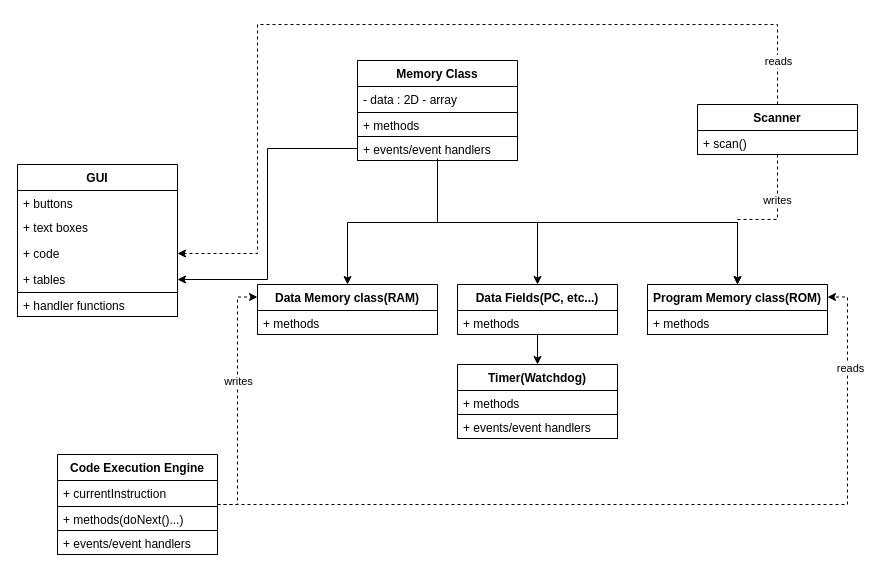
Purdbull/Pic-Simulator keeps this draw.io diagram as Pic-Simulator/Diagram/ClassDiagram.drawio. Above is the earlier version. Source tidied: cells renumbered, new cells numbered last; positions are measured from the earlier drawing's top-left corner, leaving out a move shared by most shapes. Both pictures are drawn from the tidied source at 100%, with x=0, y=0 at pixel (17, 24).
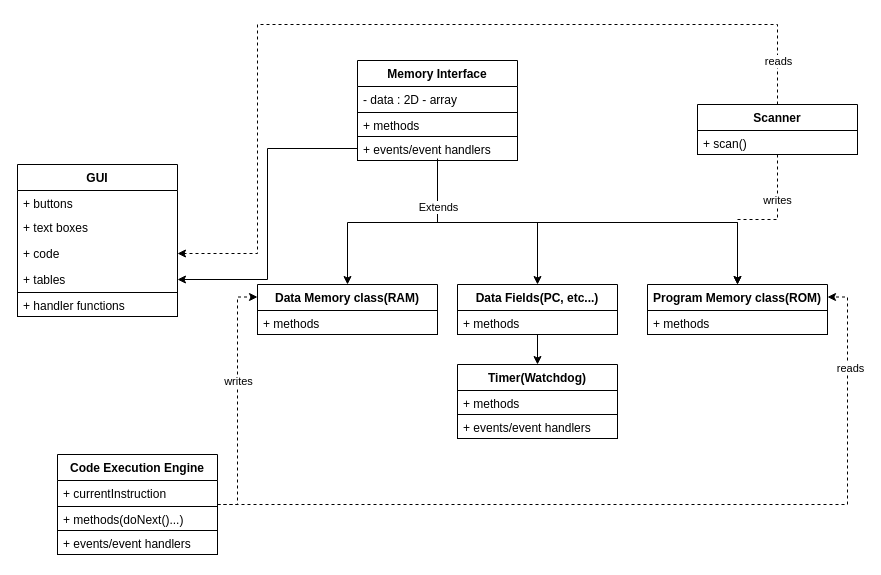
Above is the later version.

The change refers to these unchanged cells:
```xml
<mxCell id="15" style="edgeStyle=orthogonalEdgeStyle;rounded=0;jettySize=auto;html=1;" parent="1" edge="1" source="16" target="9">
  <mxGeometry relative="1" as="geometry" />
</mxCell>
```

What changed in the source:
```diff
@@
+    <mxCell id="40" value="Extends" style="edgeLabel;html=1;align=center;verticalAlign=middle;" parent="15" vertex="1">
+      <mxGeometry x="-0.59" relative="1" as="geometry" />
+    </mxCell>
-    <mxCell id="16" value="Memory Class" style="swimlane;fontStyle=1;align=center;verticalAlign=top;horizontal=1;startSize=26;" parent="1" vertex="1">
+    <mxCell id="16" value="Memory Interface" style="swimlane;fontStyle=1;align=center;verticalAlign=top;horizontal=1;startSize=26;" parent="1" vertex="1">
       <mxGeometry x="340" y="36" width="160" height="100" as="geometry" />
     </mxCell>
```
